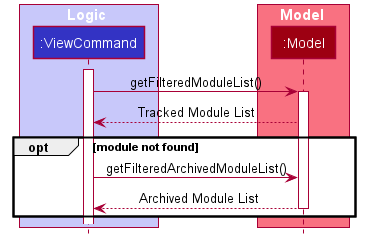
Above: docs/images/ModuleViewSequenceDiagram_FindModule.png in nus-cs2103-AY1920S1/addressbook-level3 (PlantUML), before the change.
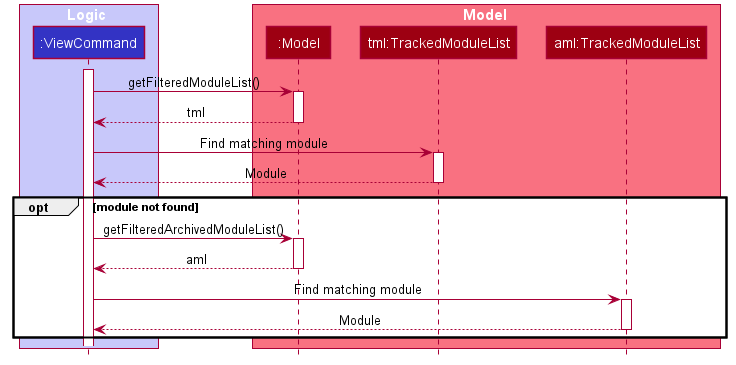
Later version of the same file.

Commit message:
Update Module View Documentation (#62)

Change to the diagram source:
```diff
@@ -54,6 +54,8 @@
 
 box Model #F97181
 participant ":Model" as Model #9D0012
+participant "tml:TrackedModuleList" as TrackedModuleList #9D0012
+participant "aml:TrackedModuleList" as ArchivedModuleList #9D0012
 end box
 
 activate ViewCommand
@@ -61,14 +63,27 @@
 ViewCommand -> Model : getFilteredModuleList()
 activate Model
 
-Model --> ViewCommand : Tracked Module List
+Model --> ViewCommand : tml
+deactivate Model
+
+ViewCommand -> TrackedModuleList : Find matching module
+activate TrackedModuleList
+
+TrackedModuleList --> ViewCommand : Module
+deactivate TrackedModuleList
 
 opt module not found
 
     ViewCommand -> Model : getFilteredArchivedModuleList()
-    Model --> ViewCommand : Archived Module List
+    activate Model
+    Model --> ViewCommand : aml
     deactivate Model
 
+    ViewCommand -> ArchivedModuleList : Find matching module
+    activate ArchivedModuleList
+
+    ArchivedModuleList --> ViewCommand : Module
+    deactivate ArchivedModuleList
 end
 
 @enduml
```
